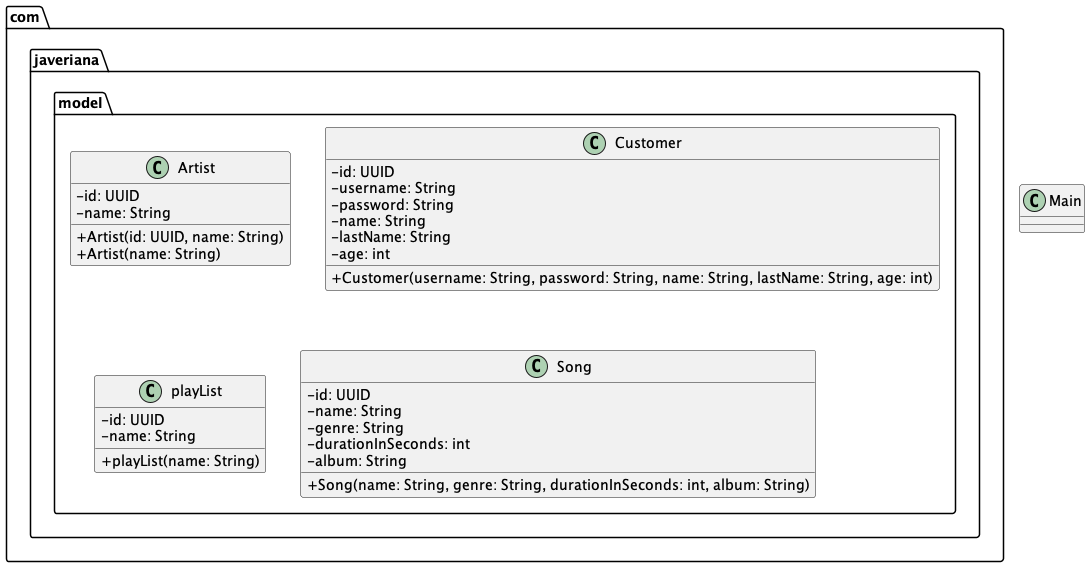
The PlantUML diagram assets/taller6-diagramas.png in clase-programacion-avanzada/JAVA-Workshop-6, before a commit.
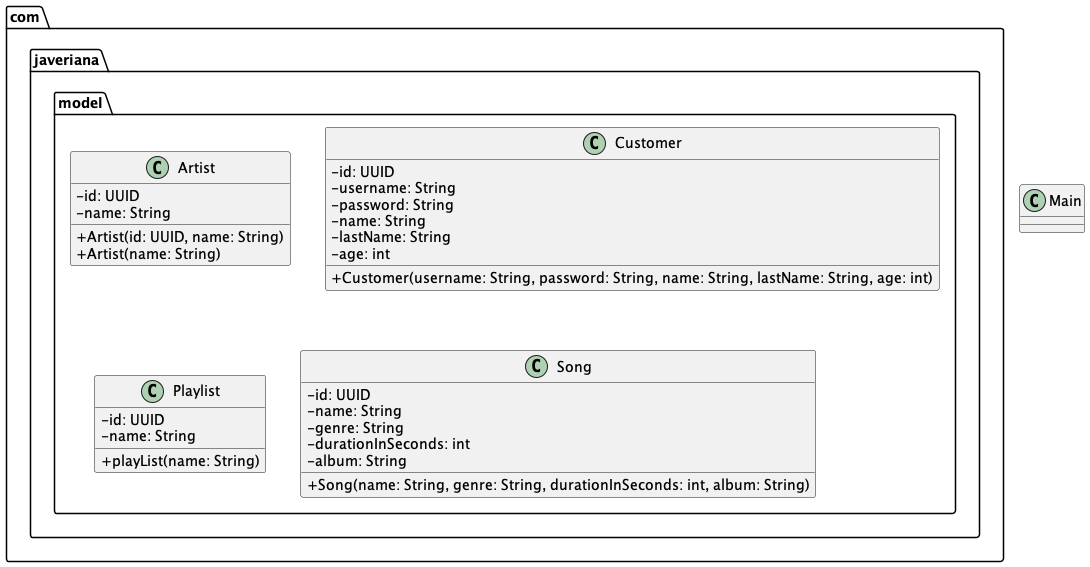
After the commit.

What changed in the source:
```diff
@@ -19,7 +19,7 @@
     + Customer(username: String, password: String, name: String, lastName: String, age: int)
 }
 
-class com.javeriana.model.playList {
+class com.javeriana.model.Playlist {
     - id: UUID
     - name: String
 
```
